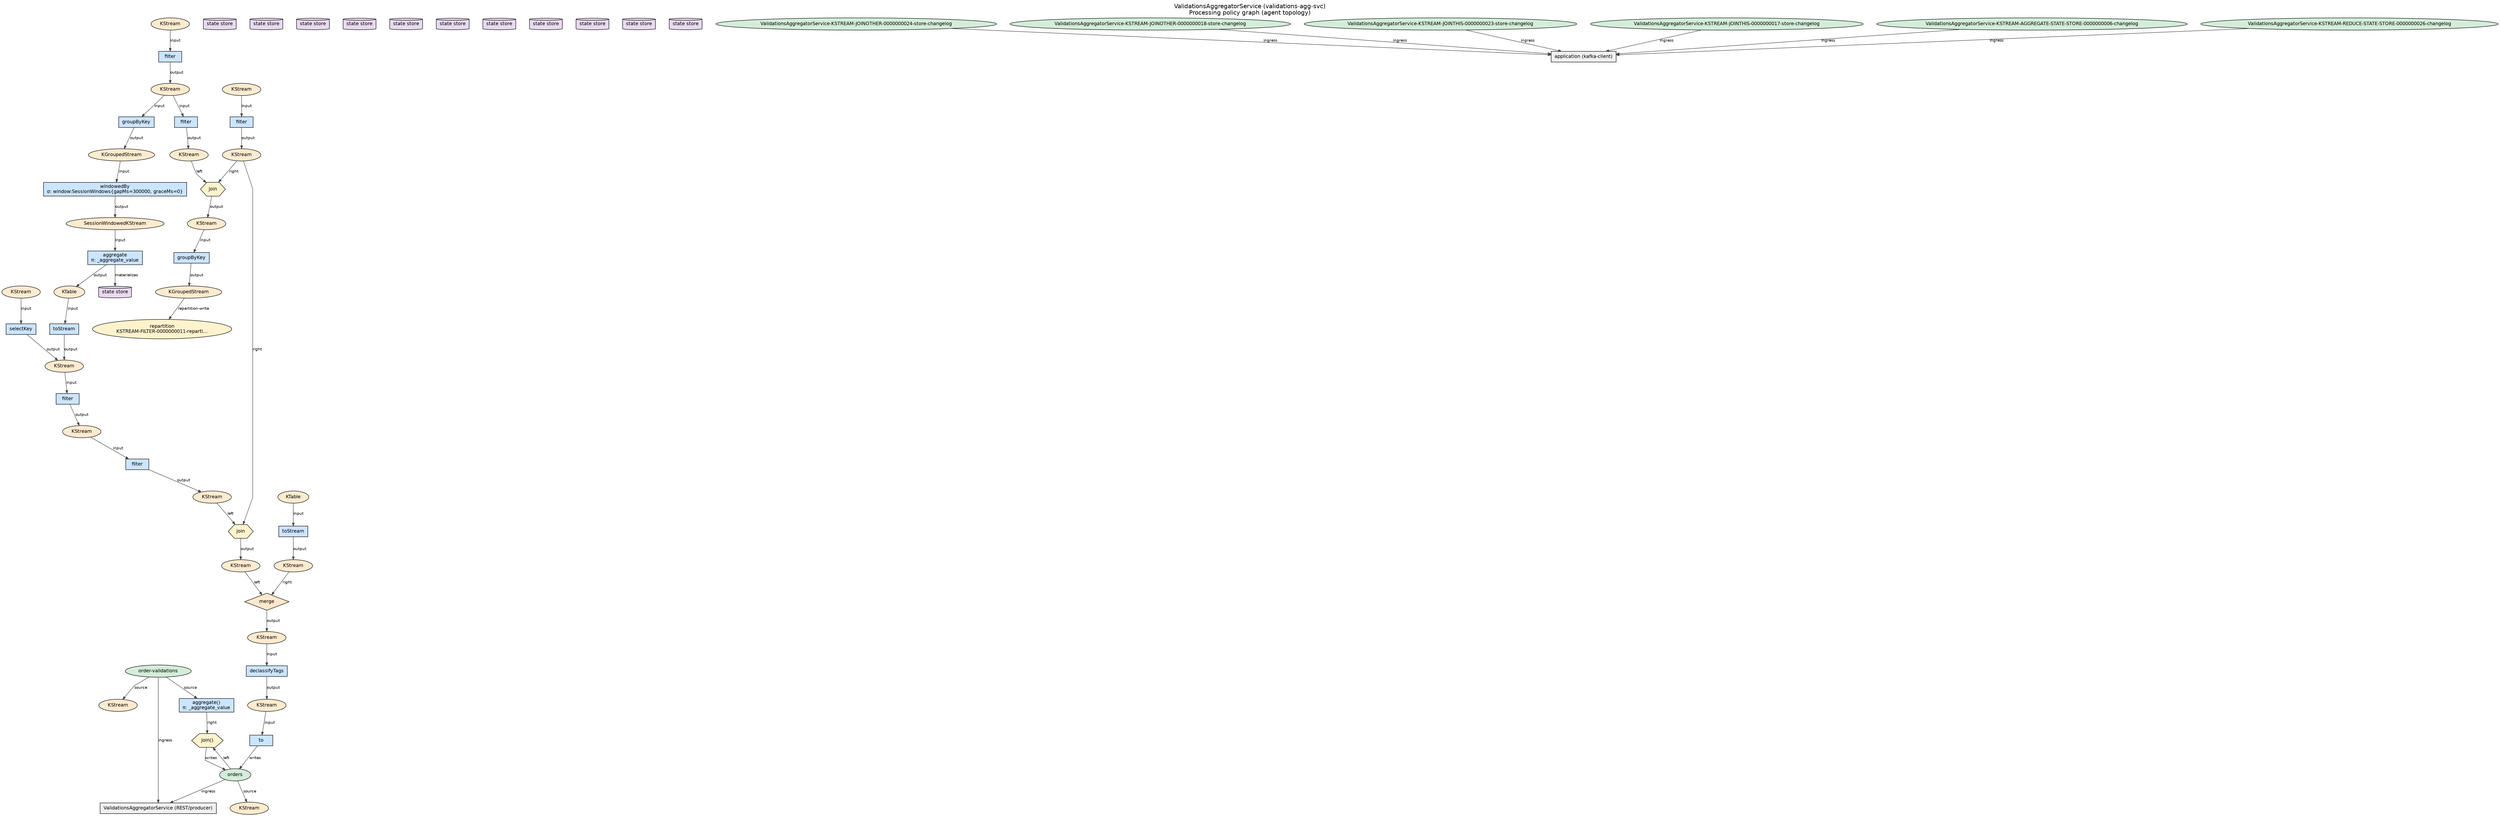
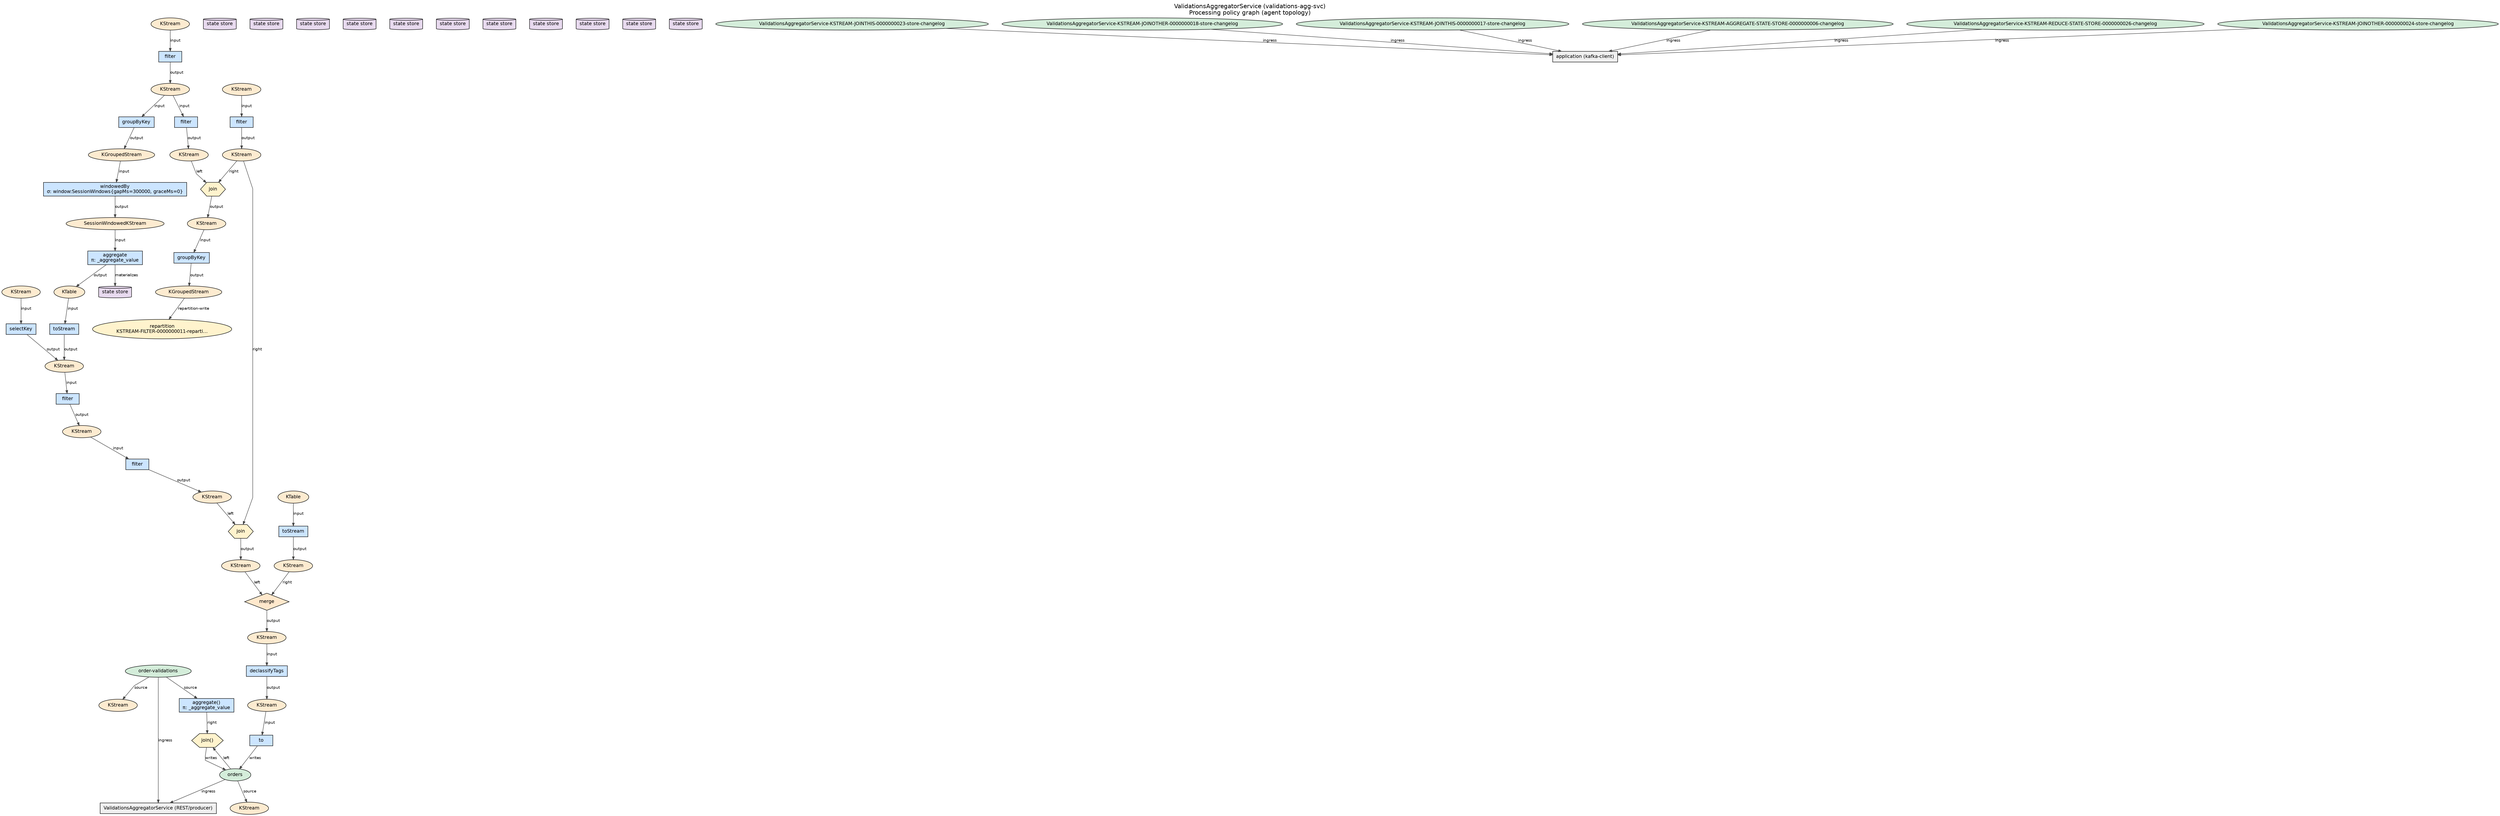
digraph policy {
  graph [rankdir=TB, bgcolor="white", fontname="Helvetica", splines=polyline, nodesep=0.45, ranksep=0.55];
  node [fontname="Helvetica", fontsize=11, style=filled, height=0.35];
  edge [fontname="Helvetica", fontsize=9, color="#444444", arrowsize=0.7];
  label="ValidationsAggregatorService (validations-agg-svc)\nProcessing policy graph (agent topology)";
  labelloc=t;
  fontsize=14;
  n_stream_1 [label="KStream", shape=ellipse, fillcolor="#fdebd0"];
  n_topic_order_validations [label="order-validations", shape=ellipse, fillcolor="#d4edda"];
  n_stream_2 [label="KStream", shape=ellipse, fillcolor="#fdebd0"];
  n_stream_3 [label="KStream", shape=ellipse, fillcolor="#fdebd0"];
  n_op_4 [label="filter", shape=box, fillcolor="#cce5ff"];
  n_stream_5 [label="KStream", shape=ellipse, fillcolor="#fdebd0"];
  n_topic_orders [label="orders", shape=ellipse, fillcolor="#d4edda"];
  n_stream_6 [label="KStream", shape=ellipse, fillcolor="#fdebd0"];
  n_stream_7 [label="KStream", shape=ellipse, fillcolor="#fdebd0"];
  n_op_8 [label="filter", shape=box, fillcolor="#cce5ff"];
  n_stream_9 [label="KGroupedStream", shape=ellipse, fillcolor="#fdebd0"];
  n_op_10 [label="groupByKey", shape=box, fillcolor="#cce5ff"];
  n_stream_11 [label="SessionWindowedKStream", shape=ellipse, fillcolor="#fdebd0"];
  n_op_12 [label="windowedBy\nσ: window:SessionWindows{gapMs=300000, graceMs=0}", shape=box, fillcolor="#cce5ff"];
  n_stream_13 [label="KTable", shape=ellipse, fillcolor="#fdebd0"];
  n_op_14 [label="aggregate\nπ: _aggregate_value", shape=box, fillcolor="#cce5ff"];
  n_stream_15 [label="KStream", shape=ellipse, fillcolor="#fdebd0"];
  n_stream_16 [label="KStream", shape=ellipse, fillcolor="#fdebd0"];
  n_op_17 [label="selectKey", shape=box, fillcolor="#cce5ff"];
  n_op_18 [label="toStream", shape=box, fillcolor="#cce5ff"];
  n_stream_19 [label="KStream", shape=ellipse, fillcolor="#fdebd0"];
  n_op_20 [label="filter", shape=box, fillcolor="#cce5ff"];
  n_stream_21 [label="KStream", shape=ellipse, fillcolor="#fdebd0"];
  n_op_22 [label="filter", shape=box, fillcolor="#cce5ff"];
  n_stream_23 [label="KStream", shape=ellipse, fillcolor="#fdebd0"];
  n_op_24 [label="join", shape=hexagon, fillcolor="#fff3cd"];
  n_stream_25 [label="KStream", shape=ellipse, fillcolor="#fdebd0"];
  n_op_26 [label="filter", shape=box, fillcolor="#cce5ff"];
  n_stream_27 [label="KStream", shape=ellipse, fillcolor="#fdebd0"];
  n_op_28 [label="join", shape=hexagon, fillcolor="#fff3cd"];
  n_stream_29 [label="KGroupedStream", shape=ellipse, fillcolor="#fdebd0"];
  n_op_30 [label="groupByKey", shape=box, fillcolor="#cce5ff"];
  n_stream_31 [label="KTable", shape=ellipse, fillcolor="#fdebd0"];
  n_stream_32 [label="KStream", shape=ellipse, fillcolor="#fdebd0"];
  n_op_33 [label="toStream", shape=box, fillcolor="#cce5ff"];
  n_stream_34 [label="KStream", shape=ellipse, fillcolor="#fdebd0"];
  n_op_35 [label="merge", shape=diamond, fillcolor="#ffe8cc"];
  n_stream_36 [label="KStream", shape=ellipse, fillcolor="#fdebd0"];
  n_op_37 [label="declassifyTags", shape=box, fillcolor="#cce5ff"];
  n_op_38 [label="to", shape=box, fillcolor="#cce5ff"];
-   n_store_org_apache_kafka_streams_processor_internals_StoreFactory_FactoryWrappingStoreBuilder_208205ed [label="state store", shape=cylinder, fillcolor="#e8daef"];
-   n_store_org_apache_kafka_streams_kstream_internals_SessionStoreMaterializer_208205ed [label="state store", shape=cylinder, fillcolor="#e8daef"];
+   n_store_org_apache_kafka_streams_processor_internals_StoreFactory_FactoryWrappingStoreBuilder_4da1f38a [label="state store", shape=cylinder, fillcolor="#e8daef"];
+   n_store_org_apache_kafka_streams_kstream_internals_SessionStoreMaterializer_4da1f38a [label="state store", shape=cylinder, fillcolor="#e8daef"];
  n_internal_KSTREAM_FILTER_0000000011_repartition [label="repartition\nKSTREAM-FILTER-0000000011-reparti...", shape=ellipse, fillcolor="#fff3cd"];
-   n_store_org_apache_kafka_streams_processor_internals_StoreFactory_FactoryWrappingStoreBuilder_31973858 [label="state store", shape=cylinder, fillcolor="#e8daef"];
-   n_store_org_apache_kafka_streams_kstream_internals_StreamJoinedStoreFactory_31973858 [label="state store", shape=cylinder, fillcolor="#e8daef"];
-   n_store_org_apache_kafka_streams_processor_internals_StoreFactory_FactoryWrappingStoreBuilder_79e7188e [label="state store", shape=cylinder, fillcolor="#e8daef"];
-   n_store_org_apache_kafka_streams_kstream_internals_StreamJoinedStoreFactory_79e7188e [label="state store", shape=cylinder, fillcolor="#e8daef"];
-   n_store_org_apache_kafka_streams_processor_internals_StoreFactory_FactoryWrappingStoreBuilder_3b009e7b [label="state store", shape=cylinder, fillcolor="#e8daef"];
-   n_store_org_apache_kafka_streams_kstream_internals_StreamJoinedStoreFactory_3b009e7b [label="state store", shape=cylinder, fillcolor="#e8daef"];
-   n_store_org_apache_kafka_streams_processor_internals_StoreFactory_FactoryWrappingStoreBuilder_270a620 [label="state store", shape=cylinder, fillcolor="#e8daef"];
-   n_store_org_apache_kafka_streams_kstream_internals_StreamJoinedStoreFactory_270a620 [label="state store", shape=cylinder, fillcolor="#e8daef"];
-   n_store_org_apache_kafka_streams_processor_internals_StoreFactory_FactoryWrappingStoreBuilder_67fa5045 [label="state store", shape=cylinder, fillcolor="#e8daef"];
-   n_store_org_apache_kafka_streams_kstream_internals_KeyValueStoreMaterializer_67fa5045 [label="state store", shape=cylinder, fillcolor="#e8daef"];
+   n_store_org_apache_kafka_streams_processor_internals_StoreFactory_FactoryWrappingStoreBuilder_73041b7d [label="state store", shape=cylinder, fillcolor="#e8daef"];
+   n_store_org_apache_kafka_streams_kstream_internals_StreamJoinedStoreFactory_73041b7d [label="state store", shape=cylinder, fillcolor="#e8daef"];
+   n_store_org_apache_kafka_streams_processor_internals_StoreFactory_FactoryWrappingStoreBuilder_5a1f778 [label="state store", shape=cylinder, fillcolor="#e8daef"];
+   n_store_org_apache_kafka_streams_kstream_internals_StreamJoinedStoreFactory_5a1f778 [label="state store", shape=cylinder, fillcolor="#e8daef"];
+   n_store_org_apache_kafka_streams_processor_internals_StoreFactory_FactoryWrappingStoreBuilder_51e3d37e [label="state store", shape=cylinder, fillcolor="#e8daef"];
+   n_store_org_apache_kafka_streams_kstream_internals_StreamJoinedStoreFactory_51e3d37e [label="state store", shape=cylinder, fillcolor="#e8daef"];
+   n_store_org_apache_kafka_streams_processor_internals_StoreFactory_FactoryWrappingStoreBuilder_3a479fda [label="state store", shape=cylinder, fillcolor="#e8daef"];
+   n_store_org_apache_kafka_streams_kstream_internals_StreamJoinedStoreFactory_3a479fda [label="state store", shape=cylinder, fillcolor="#e8daef"];
+   n_store_org_apache_kafka_streams_processor_internals_StoreFactory_FactoryWrappingStoreBuilder_4d7a64ca [label="state store", shape=cylinder, fillcolor="#e8daef"];
+   n_store_org_apache_kafka_streams_kstream_internals_KeyValueStoreMaterializer_4d7a64ca [label="state store", shape=cylinder, fillcolor="#e8daef"];
  n_comp_app_client [label="application (kafka-client)", shape=box, fillcolor="#f0f0f0"];
-   n_topic_ValidationsAggregatorService_KSTREAM_JOINOTHER_0000000024_store_changelog [label="ValidationsAggregatorService-KSTREAM-JOINOTHER-0000000024-store-changelog", shape=ellipse, fillcolor="#d4edda"];
+   n_topic_ValidationsAggregatorService_KSTREAM_JOINTHIS_0000000023_store_changelog [label="ValidationsAggregatorService-KSTREAM-JOINTHIS-0000000023-store-changelog", shape=ellipse, fillcolor="#d4edda"];
  n_topic_ValidationsAggregatorService_KSTREAM_JOINOTHER_0000000018_store_changelog [label="ValidationsAggregatorService-KSTREAM-JOINOTHER-0000000018-store-changelog", shape=ellipse, fillcolor="#d4edda"];
-   n_topic_ValidationsAggregatorService_KSTREAM_JOINTHIS_0000000023_store_changelog [label="ValidationsAggregatorService-KSTREAM-JOINTHIS-0000000023-store-changelog", shape=ellipse, fillcolor="#d4edda"];
  n_topic_ValidationsAggregatorService_KSTREAM_JOINTHIS_0000000017_store_changelog [label="ValidationsAggregatorService-KSTREAM-JOINTHIS-0000000017-store-changelog", shape=ellipse, fillcolor="#d4edda"];
  n_topic_ValidationsAggregatorService_KSTREAM_AGGREGATE_STATE_STORE_0000000006_changelog [label="ValidationsAggregatorService-KSTREAM-AGGREGATE-STATE-STORE-0000000006-changelog", shape=ellipse, fillcolor="#d4edda"];
  n_topic_ValidationsAggregatorService_KSTREAM_REDUCE_STATE_STORE_0000000026_changelog [label="ValidationsAggregatorService-KSTREAM-REDUCE-STATE-STORE-0000000026-changelog", shape=ellipse, fillcolor="#d4edda"];
+   n_topic_ValidationsAggregatorService_KSTREAM_JOINOTHER_0000000024_store_changelog [label="ValidationsAggregatorService-KSTREAM-JOINOTHER-0000000024-store-changelog", shape=ellipse, fillcolor="#d4edda"];
  n_comp_ValidationsAggregatorService [label="ValidationsAggregatorService (REST/producer)", shape=box, fillcolor="#f0f0f0"];
  n_comp_ValidationsAggregatorService_join [label="join()", shape=hexagon, fillcolor="#fff3cd"];
  n_comp_ValidationsAggregatorService_aggregate [label="aggregate()\nπ: _aggregate_value", shape=box, fillcolor="#cce5ff"];
  n_topic_order_validations -> n_stream_1 [label="source"];
  n_stream_2 -> n_op_4 [label="input"];
  n_op_4 -> n_stream_3 [label="output"];
  n_topic_orders -> n_stream_5 [label="source"];
  n_stream_6 -> n_op_8 [label="input"];
  n_op_8 -> n_stream_7 [label="output"];
  n_stream_3 -> n_op_10 [label="input"];
  n_op_10 -> n_stream_9 [label="output"];
  n_stream_9 -> n_op_12 [label="input"];
  n_op_12 -> n_stream_11 [label="output"];
  n_stream_11 -> n_op_14 [label="input"];
  n_op_14 -> n_stream_13 [label="output"];
  n_stream_15 -> n_op_17 [label="input"];
  n_op_17 -> n_stream_16 [label="output"];
  n_stream_13 -> n_op_18 [label="input"];
  n_op_18 -> n_stream_16 [label="output"];
  n_stream_16 -> n_op_20 [label="input"];
  n_op_20 -> n_stream_19 [label="output"];
  n_stream_19 -> n_op_22 [label="input"];
  n_op_22 -> n_stream_21 [label="output"];
  n_stream_21 -> n_op_24 [label="left"];
  n_stream_7 -> n_op_24 [label="right"];
  n_op_24 -> n_stream_23 [label="output"];
  n_stream_3 -> n_op_26 [label="input"];
  n_op_26 -> n_stream_25 [label="output"];
  n_stream_25 -> n_op_28 [label="left"];
  n_stream_7 -> n_op_28 [label="right"];
  n_op_28 -> n_stream_27 [label="output"];
  n_stream_27 -> n_op_30 [label="input"];
  n_op_30 -> n_stream_29 [label="output"];
  n_stream_31 -> n_op_33 [label="input"];
  n_op_33 -> n_stream_32 [label="output"];
  n_stream_23 -> n_op_35 [label="left"];
  n_stream_32 -> n_op_35 [label="right"];
  n_op_35 -> n_stream_34 [label="output"];
  n_stream_34 -> n_op_37 [label="input"];
  n_op_37 -> n_stream_36 [label="output"];
  n_stream_36 -> n_op_38 [label="input"];
  n_op_38 -> n_topic_orders [label="writes"];
-   n_op_14 -> n_store_org_apache_kafka_streams_processor_internals_StoreFactory_FactoryWrappingStoreBuilder_208205ed [label="materializes"];
+   n_op_14 -> n_store_org_apache_kafka_streams_processor_internals_StoreFactory_FactoryWrappingStoreBuilder_4da1f38a [label="materializes"];
  n_stream_29 -> n_internal_KSTREAM_FILTER_0000000011_repartition [label="repartition-write"];
-   n_topic_ValidationsAggregatorService_KSTREAM_JOINOTHER_0000000024_store_changelog -> n_comp_app_client [label="ingress"];
+   n_topic_ValidationsAggregatorService_KSTREAM_JOINTHIS_0000000023_store_changelog -> n_comp_app_client [label="ingress"];
  n_topic_ValidationsAggregatorService_KSTREAM_JOINOTHER_0000000018_store_changelog -> n_comp_app_client [label="ingress"];
-   n_topic_ValidationsAggregatorService_KSTREAM_JOINTHIS_0000000023_store_changelog -> n_comp_app_client [label="ingress"];
  n_topic_ValidationsAggregatorService_KSTREAM_JOINTHIS_0000000017_store_changelog -> n_comp_app_client [label="ingress"];
  n_topic_ValidationsAggregatorService_KSTREAM_AGGREGATE_STATE_STORE_0000000006_changelog -> n_comp_app_client [label="ingress"];
  n_topic_ValidationsAggregatorService_KSTREAM_REDUCE_STATE_STORE_0000000026_changelog -> n_comp_app_client [label="ingress"];
+   n_topic_ValidationsAggregatorService_KSTREAM_JOINOTHER_0000000024_store_changelog -> n_comp_app_client [label="ingress"];
  n_topic_order_validations -> n_comp_ValidationsAggregatorService [label="ingress"];
  n_topic_orders -> n_comp_ValidationsAggregatorService [label="ingress"];
  n_topic_order_validations -> n_comp_ValidationsAggregatorService_aggregate [label="source"];
  n_comp_ValidationsAggregatorService_aggregate -> n_comp_ValidationsAggregatorService_join [label="right"];
  n_topic_orders -> n_comp_ValidationsAggregatorService_join [label="left"];
  n_comp_ValidationsAggregatorService_join -> n_topic_orders [label="writes"];
}